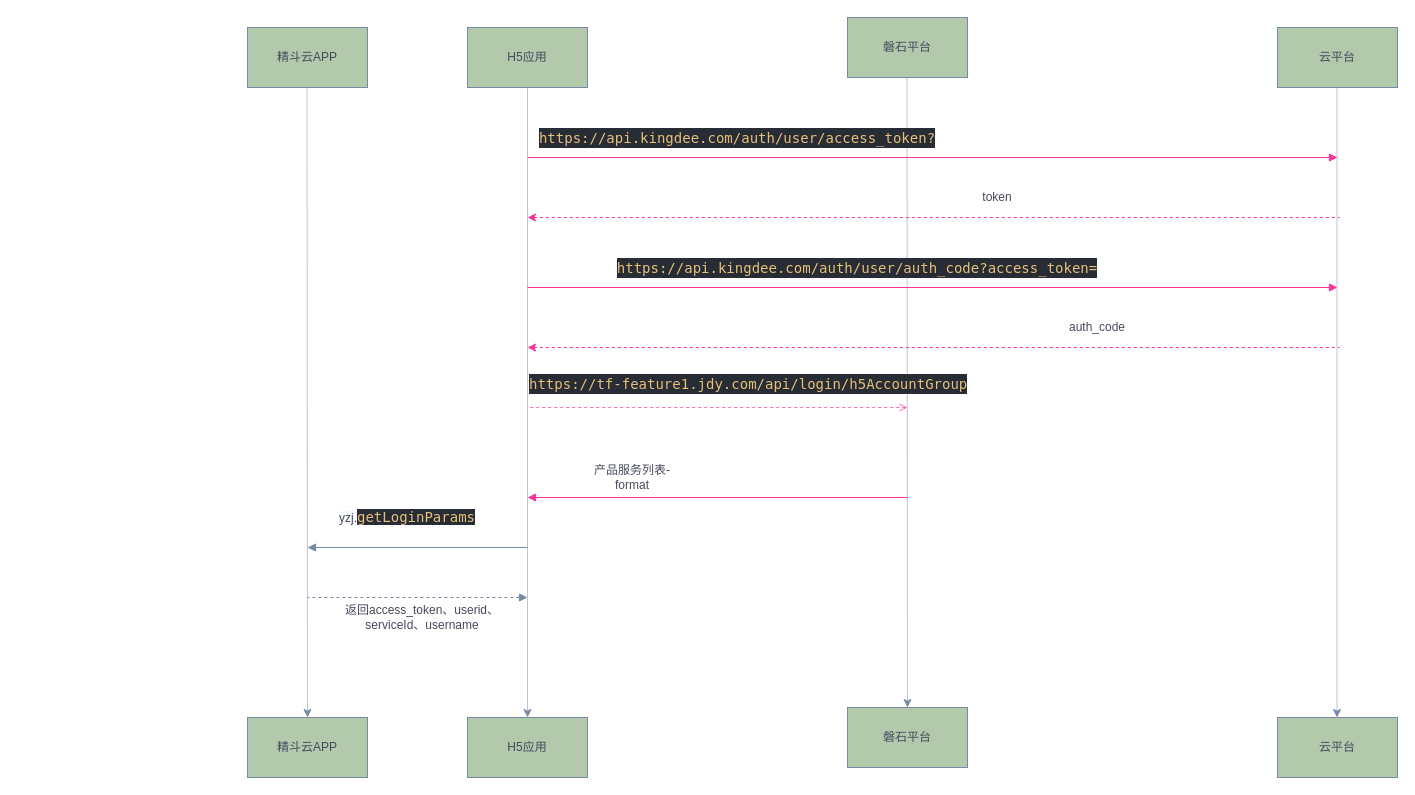
Before: login.drawio in Mark-LoveFootball/mind, a draw.io diagram. Source tidied: cells renumbered, new cells numbered last; positions are measured from the earlier drawing's top-left corner, leaving out a move shared by most shapes. Both pictures are drawn from the tidied source at 100%, with x=0, y=0 at pixel (247, 17).
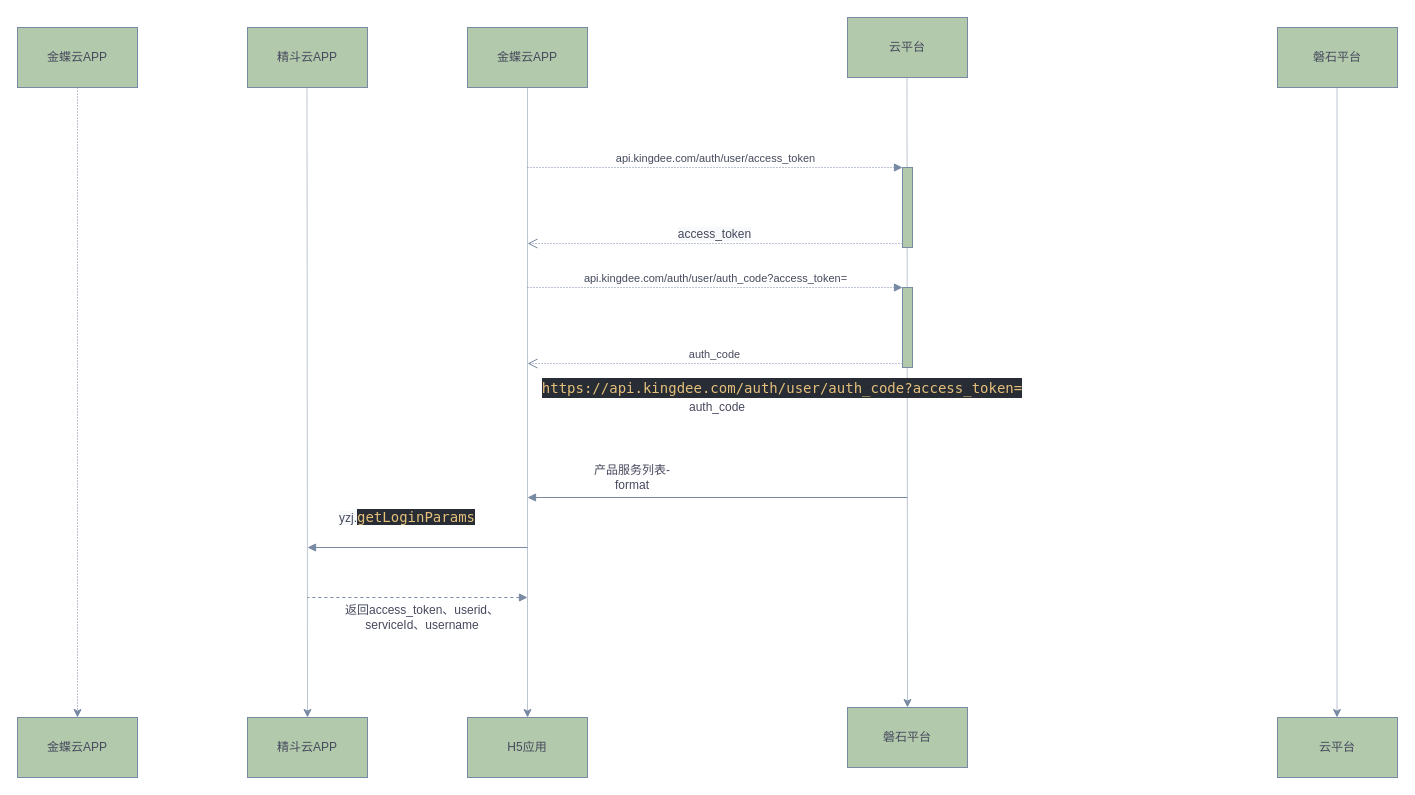
After the change.

Diff of the diagram source:
```diff
@@
-    <mxCell id="3" value="H5应用" style="rounded=0;whiteSpace=wrap;html=1;fillColor=#B2C9AB;strokeColor=#788AA3;fontColor=#46495D;" parent="1" vertex="1">
+    <mxCell id="3" value="金蝶云APP" style="rounded=0;whiteSpace=wrap;html=1;fillColor=#B2C9AB;strokeColor=#788AA3;fontColor=#46495D;" parent="1" vertex="1">
       <mxGeometry x="220" y="10" width="120" height="60" as="geometry" />
     </mxCell>
-    <mxCell id="4" value="云平台" style="rounded=0;whiteSpace=wrap;html=1;fillColor=#B2C9AB;strokeColor=#788AA3;fontColor=#46495D;" parent="1" vertex="1">
+    <mxCell id="4" value="磐石平台" style="rounded=0;whiteSpace=wrap;html=1;fillColor=#B2C9AB;strokeColor=#788AA3;fontColor=#46495D;" parent="1" vertex="1">
       <mxGeometry x="1030" y="10" width="120" height="60" as="geometry" />
     </mxCell>
-    <mxCell id="5" value="磐石平台" style="rounded=0;whiteSpace=wrap;html=1;fillColor=#B2C9AB;strokeColor=#788AA3;fontColor=#46495D;" parent="1" vertex="1">
+    <mxCell id="5" value="云平台" style="rounded=0;whiteSpace=wrap;html=1;fillColor=#B2C9AB;strokeColor=#788AA3;fontColor=#46495D;" parent="1" vertex="1">
       <mxGeometry x="600" width="120" height="60" as="geometry" />
     </mxCell>
@@
-    <mxCell id="11" style="endArrow=block;html=1;endFill=1;fontColor=#46495D;fillColor=#f8cecc;strokeColor=#FF3399;" parent="1" edge="1">
-      <mxGeometry relative="1" as="geometry">
-        <mxPoint x="280" y="140" as="sourcePoint" />
-        <mxPoint x="1090" y="140" as="targetPoint" />
-      </mxGeometry>
-    </mxCell>
-    <mxCell id="12" value="&lt;div style=&quot;color: rgb(187 , 187 , 187) ; background-color: rgb(40 , 44 , 52) ; font-family: &amp;#34;menlo&amp;#34; , &amp;#34;monaco&amp;#34; , &amp;#34;courier new&amp;#34; , monospace ; font-size: 14px ; line-height: 20px&quot;&gt;&lt;span style=&quot;color: #e5c07b&quot;&gt;https://api.kingdee.com/auth/user/access_token?&lt;/span&gt;&lt;/div&gt;" style="text;html=1;strokeColor=none;fillColor=none;align=center;verticalAlign=middle;whiteSpace=wrap;rounded=0;fontColor=#46495D;" parent="1" vertex="1">
-      <mxGeometry x="470" y="110" width="40" height="20" as="geometry" />
-    </mxCell>
-    <mxCell id="13" value="token" style="text;html=1;strokeColor=none;fillColor=none;align=center;verticalAlign=middle;whiteSpace=wrap;rounded=0;fontColor=#46495D;" parent="1" vertex="1">
-      <mxGeometry x="730" y="170" width="40" height="20" as="geometry" />
-    </mxCell>
-    <mxCell id="14" style="endArrow=none;dashed=1;html=1;startArrow=classic;startFill=1;fontColor=#46495D;fillColor=#f8cecc;strokeColor=#FF3399;" parent="1" edge="1">
-      <mxGeometry relative="1" as="geometry">
-        <mxPoint x="280" y="200" as="sourcePoint" />
-        <mxPoint x="1092" y="200" as="targetPoint" />
-      </mxGeometry>
-    </mxCell>
-    <mxCell id="15" style="endArrow=block;html=1;endFill=1;fontColor=#46495D;fillColor=#f8cecc;strokeColor=#FF3399;" parent="1" edge="1">
-      <mxGeometry relative="1" as="geometry">
-        <mxPoint x="280" y="270" as="sourcePoint" />
-        <mxPoint x="1090" y="270" as="targetPoint" />
-      </mxGeometry>
-    </mxCell>
     <mxCell id="16" value="&lt;div style=&quot;color: rgb(187 , 187 , 187) ; background-color: rgb(40 , 44 , 52) ; font-family: &amp;#34;menlo&amp;#34; , &amp;#34;monaco&amp;#34; , &amp;#34;courier new&amp;#34; , monospace ; font-size: 14px ; line-height: 20px&quot;&gt;&lt;span style=&quot;color: #e5c07b&quot;&gt;https://api.kingdee.com/auth/user/auth_code?access_token=&lt;/span&gt;&lt;/div&gt;" style="text;html=1;strokeColor=none;fillColor=none;align=center;verticalAlign=middle;whiteSpace=wrap;rounded=0;fontColor=#46495D;" parent="1" vertex="1">
-      <mxGeometry x="310" y="240" width="600" height="20" as="geometry" />
+      <mxGeometry x="290" y="360" width="490" height="20" as="geometry" />
     </mxCell>
-    <mxCell id="17" style="endArrow=none;dashed=1;html=1;startArrow=classic;startFill=1;fontColor=#46495D;fillColor=#f8cecc;strokeColor=#FF3399;" parent="1" edge="1">
-      <mxGeometry relative="1" as="geometry">
-        <mxPoint x="280" y="330" as="sourcePoint" />
-        <mxPoint x="1092" y="330" as="targetPoint" />
-      </mxGeometry>
-    </mxCell>
     <mxCell id="18" value="auth_code" style="text;html=1;strokeColor=none;fillColor=none;align=center;verticalAlign=middle;whiteSpace=wrap;rounded=0;fontColor=#46495D;" parent="1" vertex="1">
-      <mxGeometry x="830" y="300" width="40" height="20" as="geometry" />
+      <mxGeometry x="450" y="380" width="40" height="20" as="geometry" />
     </mxCell>
-    <mxCell id="19" style="endArrow=none;dashed=1;html=1;startArrow=open;startFill=0;fontColor=#46495D;strokeColor=#FF66B3;" parent="1" edge="1">
-      <mxGeometry relative="1" as="geometry">
-        <mxPoint x="660" y="390" as="sourcePoint" />
-        <mxPoint x="280" y="390" as="targetPoint" />
-      </mxGeometry>
-    </mxCell>
-    <mxCell id="20" value="&lt;div style=&quot;color: rgb(187, 187, 187); background-color: rgb(40, 44, 52); font-family: menlo, monaco, &amp;quot;courier new&amp;quot;, monospace; font-weight: normal; font-size: 14px; line-height: 20px;&quot;&gt;&lt;div&gt;&lt;span style=&quot;color: #e5c07b&quot;&gt;https://tf-feature1.jdy.com/api/login/h5AccountGroup&lt;/span&gt;&lt;/div&gt;&lt;/div&gt;" style="text;whiteSpace=wrap;html=1;fontColor=#46495D;" parent="1" vertex="1">
-      <mxGeometry x="280" y="350" width="460" height="40" as="geometry" />
-    </mxCell>
-    <mxCell id="21" style="endArrow=none;html=1;startArrow=block;startFill=1;fontColor=#46495D;fillColor=#f8cecc;strokeColor=#FF3399;" parent="1" edge="1">
+    <mxCell id="21" style="endArrow=none;html=1;startArrow=block;startFill=1;fontColor=#46495D;fillColor=#B2C9AB;strokeColor=#788AA3;" parent="1" edge="1">
       <mxGeometry relative="1" as="geometry">
         <mxPoint x="280" y="480" as="sourcePoint" />
         <mxPoint x="660" y="480" as="targetPoint" />
       </mxGeometry>
     </mxCell>
@@
+    <mxCell id="30" style="edgeStyle=orthogonalEdgeStyle;rounded=0;jettySize=auto;html=1;dashed=1;dashPattern=1 2;strokeColor=#788AA3;fontColor=#46495D;" parent="1" edge="1" source="31" target="32">
+      <mxGeometry relative="1" as="geometry" />
+    </mxCell>
+    <mxCell id="31" value="金蝶云APP" style="rounded=0;whiteSpace=wrap;html=1;fillColor=#B2C9AB;strokeColor=#788AA3;fontColor=#46495D;" parent="1" vertex="1">
+      <mxGeometry x="-230" y="10" width="120" height="60" as="geometry" />
+    </mxCell>
+    <mxCell id="32" value="金蝶云APP" style="rounded=0;whiteSpace=wrap;html=1;fillColor=#B2C9AB;strokeColor=#788AA3;fontColor=#46495D;" parent="1" vertex="1">
+      <mxGeometry x="-230" y="700" width="120" height="60" as="geometry" />
+    </mxCell>
+    <mxCell id="33" style="html=1;points=[];perimeter=orthogonalPerimeter;fillColor=#B2C9AB;strokeColor=#788AA3;fontColor=#46495D;" parent="1" vertex="1">
+      <mxGeometry x="655" y="150" width="10" height="80" as="geometry" />
+    </mxCell>
+    <mxCell id="34" value="api.kingdee.com/auth/user/access_token" style="html=1;verticalAlign=bottom;endArrow=block;entryX=0;entryY=0;rounded=0;dashed=1;dashPattern=1 2;strokeColor=#788AA3;fontColor=#46495D;" parent="1" edge="1" target="33">
+      <mxGeometry relative="1" as="geometry">
+        <mxPoint x="280" y="150" as="sourcePoint" />
+      </mxGeometry>
+    </mxCell>
+    <mxCell id="35" value="&lt;span style=&quot;color: rgb(70 , 73 , 93) ; font-size: 12px ; background-color: rgb(248 , 249 , 250)&quot;&gt;access_token&lt;/span&gt;" style="html=1;verticalAlign=bottom;endArrow=open;dashed=1;endSize=8;exitX=0;exitY=0.95;rounded=0;dashPattern=1 2;strokeColor=#788AA3;fontColor=#46495D;" parent="1" edge="1" source="33">
+      <mxGeometry relative="1" as="geometry">
+        <mxPoint x="280" y="226" as="targetPoint" />
+      </mxGeometry>
+    </mxCell>
+    <mxCell id="36" style="html=1;points=[];perimeter=orthogonalPerimeter;fillColor=#B2C9AB;strokeColor=#788AA3;fontColor=#46495D;" parent="1" vertex="1">
+      <mxGeometry x="655" y="270" width="10" height="80" as="geometry" />
+    </mxCell>
+    <mxCell id="37" value="api.kingdee.com/auth/user/auth_code?access_token=" style="html=1;verticalAlign=bottom;endArrow=block;entryX=0;entryY=0;rounded=0;dashed=1;dashPattern=1 2;strokeColor=#788AA3;fontColor=#46495D;" parent="1" edge="1" target="36">
+      <mxGeometry relative="1" as="geometry">
+        <mxPoint x="280" y="270" as="sourcePoint" />
+      </mxGeometry>
+    </mxCell>
+    <mxCell id="38" value="auth_code" style="html=1;verticalAlign=bottom;endArrow=open;dashed=1;endSize=8;exitX=0;exitY=0.95;rounded=0;dashPattern=1 2;strokeColor=#788AA3;fontColor=#46495D;" parent="1" edge="1" source="36">
+      <mxGeometry relative="1" as="geometry">
+        <mxPoint x="280" y="346" as="targetPoint" />
+      </mxGeometry>
+    </mxCell>
```
